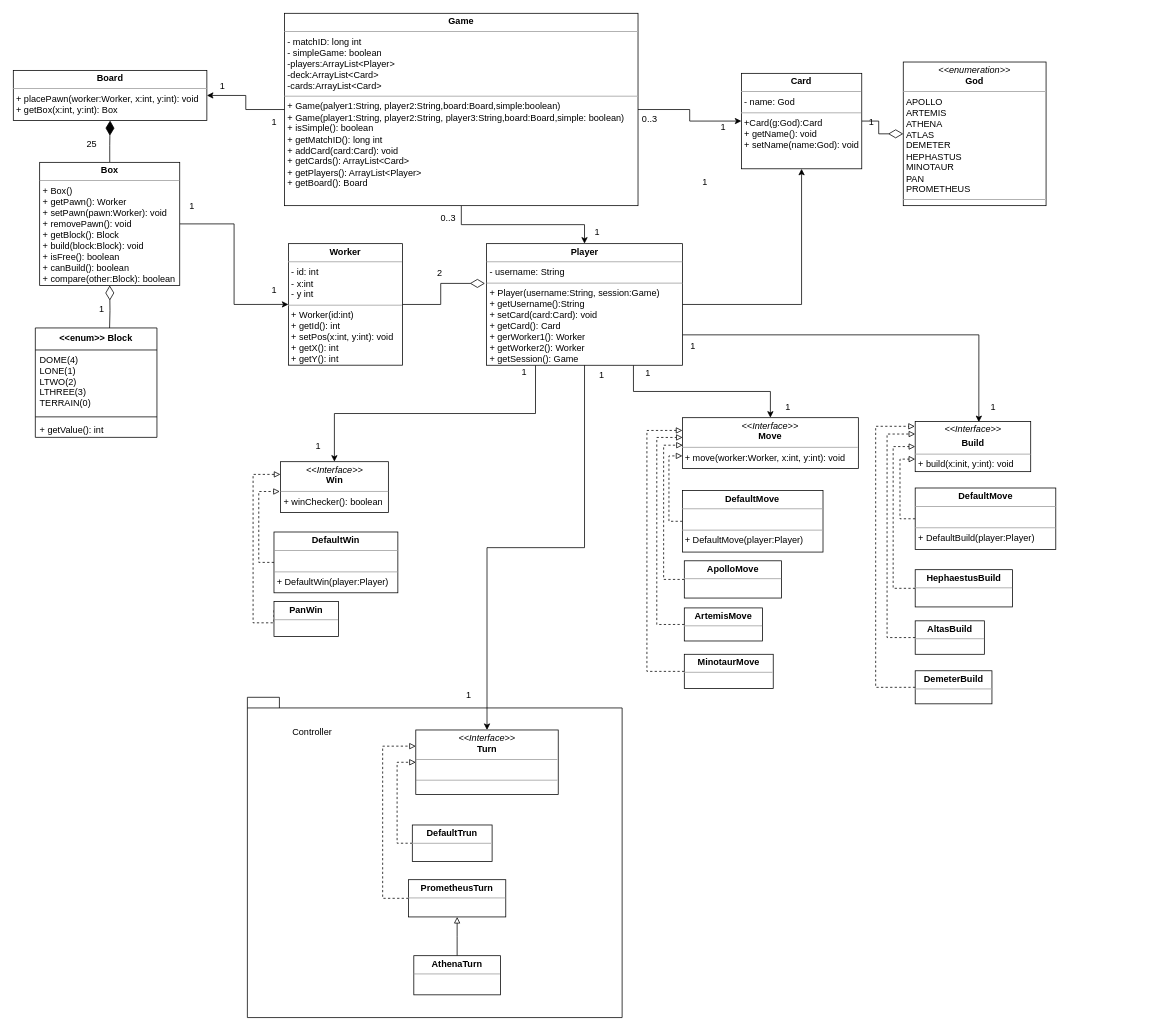
Before: UML/Model.drawio in peppetort/POLIMI_SE_19-20_santorini, a draw.io diagram. Source tidied: cells renumbered, new cells numbered last; positions are measured from the earlier drawing's top-left corner, leaving out a move shared by most shapes. Both pictures are drawn from the tidied source at 76%, with x=0, y=0 at pixel (13, 13).
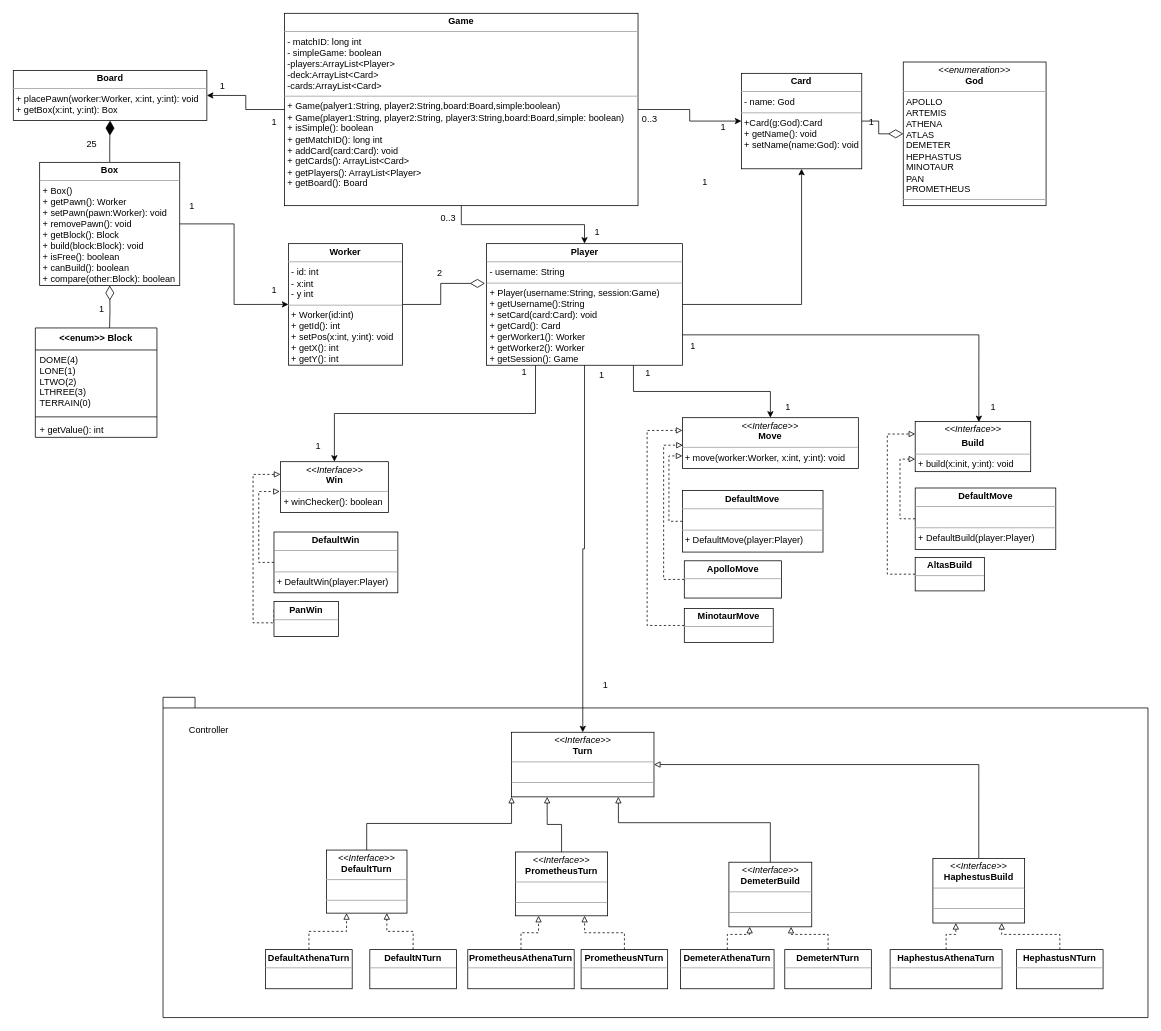
Above is the later version.

Commit message (it also covers changes not shown here):
Modificato UML, corretti alcuni errori

Unchanged cells that the change refers to:
```xml
<mxCell id="11" value="&lt;p style=&quot;margin: 0px ; margin-top: 4px ; text-align: center&quot;&gt;&lt;i&gt;&amp;lt;&amp;lt;Interface&amp;gt;&amp;gt;&lt;/i&gt;&lt;br&gt;&lt;b&gt;Move&lt;/b&gt;&lt;/p&gt;&lt;hr size=&quot;1&quot;&gt;&lt;p style=&quot;margin: 0px ; margin-left: 4px&quot;&gt;+ move(worker:Worker, x:int, y:int): void&lt;/p&gt;" style="verticalAlign=top;align=left;overflow=fill;fontSize=12;fontFamily=Helvetica;html=1;" parent="1" vertex="1">
  <mxGeometry x="880.4" y="532.1" width="231.5" height="67" as="geometry" />
</mxCell>
<mxCell id="13" value="&lt;p style=&quot;margin: 0px ; margin-top: 4px ; text-align: center&quot;&gt;&lt;i&gt;&amp;lt;&amp;lt;Interface&amp;gt;&amp;gt;&lt;/i&gt;&lt;/p&gt;&lt;p style=&quot;margin: 0px ; margin-top: 4px ; text-align: center&quot;&gt;&lt;b&gt;Build&lt;/b&gt;&lt;/p&gt;&lt;hr size=&quot;1&quot;&gt;&lt;p style=&quot;margin: 0px ; margin-left: 4px&quot;&gt;+ build(x:init, y:int): void&lt;/p&gt;" style="verticalAlign=top;align=left;overflow=fill;fontSize=12;fontFamily=Helvetica;html=1;" parent="1" vertex="1">
  <mxGeometry x="1186.7" y="537.1" width="152" height="66" as="geometry" />
</mxCell>
```

Change to the diagram source:
```diff
@@
-    <mxCell id="16" style="edgeStyle=orthogonalEdgeStyle;rounded=0;jumpSize=6;jettySize=auto;html=1;entryX=0;entryY=0.5;entryDx=0;entryDy=0;dashed=1;startArrow=none;startFill=0;endArrow=block;endFill=0;endSize=6;targetPerimeterSpacing=0;exitX=0;exitY=0.5;exitDx=0;exitDy=0;" parent="1" edge="1" source="17" target="13">
-      <mxGeometry relative="1" as="geometry">
-        <Array as="points">
-          <mxPoint x="1157.7" y="757.1" />
-          <mxPoint x="1157.7" y="570.1" />
-        </Array>
-      </mxGeometry>
-    </mxCell>
-    <mxCell id="17" value="&lt;p style=&quot;margin: 0px ; margin-top: 4px ; text-align: center&quot;&gt;&lt;b&gt;HephaestusBuild&lt;/b&gt;&lt;/p&gt;&lt;hr size=&quot;1&quot;&gt;&lt;p style=&quot;margin: 0px ; margin-left: 4px&quot;&gt;&lt;/p&gt;&lt;p style=&quot;margin: 0px ; margin-left: 4px&quot;&gt;&lt;br&gt;&lt;/p&gt;" style="verticalAlign=top;align=left;overflow=fill;fontSize=12;fontFamily=Helvetica;html=1;" parent="1" vertex="1">
-      <mxGeometry x="1186.7" y="732.1" width="128" height="49" as="geometry" />
-    </mxCell>
     <mxCell id="18" style="edgeStyle=orthogonalEdgeStyle;rounded=0;jumpSize=6;jettySize=auto;html=1;entryX=0;entryY=0.25;entryDx=0;entryDy=0;dashed=1;startArrow=none;startFill=0;endArrow=block;endFill=0;endSize=6;targetPerimeterSpacing=0;exitX=0;exitY=0.5;exitDx=0;exitDy=0;" parent="1" edge="1" source="19" target="13">
       <mxGeometry relative="1" as="geometry">
         <Array as="points">
-          <mxPoint x="1149.7" y="821.1" />
-          <mxPoint x="1149.7" y="554.1" />
+          <mxPoint x="1150" y="738" />
+          <mxPoint x="1150" y="554" />
         </Array>
       </mxGeometry>
     </mxCell>
     <mxCell id="19" value="&lt;p style=&quot;margin: 0px ; margin-top: 4px ; text-align: center&quot;&gt;&lt;b&gt;AltasBuild&lt;/b&gt;&lt;/p&gt;&lt;hr size=&quot;1&quot;&gt;&lt;p style=&quot;margin: 0px ; margin-left: 4px&quot;&gt;&lt;/p&gt;&lt;p style=&quot;margin: 0px ; margin-left: 4px&quot;&gt;&lt;br&gt;&lt;/p&gt;" style="verticalAlign=top;align=left;overflow=fill;fontSize=12;fontFamily=Helvetica;html=1;" parent="1" vertex="1">
-      <mxGeometry x="1186.7" y="799.4" width="91" height="44" as="geometry" />
+      <mxGeometry x="1186.7" y="716" width="91" height="44" as="geometry" />
     </mxCell>
-    <mxCell id="20" style="edgeStyle=orthogonalEdgeStyle;rounded=0;jumpSize=6;jettySize=auto;html=1;entryX=-0.003;entryY=0.096;entryDx=0;entryDy=0;dashed=1;startArrow=none;startFill=0;endArrow=block;endFill=0;endSize=6;targetPerimeterSpacing=0;exitX=0;exitY=0.5;exitDx=0;exitDy=0;entryPerimeter=0;" parent="1" edge="1" source="21" target="13">
-      <mxGeometry relative="1" as="geometry">
-        <Array as="points">
-          <mxPoint x="1134.7" y="887.1" />
-          <mxPoint x="1134.7" y="543.1" />
-          <mxPoint x="1185.7" y="543.1" />
-        </Array>
-      </mxGeometry>
-    </mxCell>
-    <mxCell id="21" value="&lt;p style=&quot;margin: 0px ; margin-top: 4px ; text-align: center&quot;&gt;&lt;b&gt;DemeterBuild&lt;/b&gt;&lt;/p&gt;&lt;hr size=&quot;1&quot;&gt;&lt;p style=&quot;margin: 0px ; margin-left: 4px&quot;&gt;&lt;/p&gt;&lt;p style=&quot;margin: 0px ; margin-left: 4px&quot;&gt;&lt;br&gt;&lt;/p&gt;" style="verticalAlign=top;align=left;overflow=fill;fontSize=12;fontFamily=Helvetica;html=1;" parent="1" vertex="1">
-      <mxGeometry x="1186.7" y="865.1" width="101" height="43.5" as="geometry" />
-    </mxCell>
@@
-    <mxCell id="24" style="edgeStyle=orthogonalEdgeStyle;rounded=0;jumpSize=6;jettySize=auto;html=1;dashed=1;startArrow=none;startFill=0;endArrow=block;endFill=0;endSize=6;targetPerimeterSpacing=0;exitX=0;exitY=0.5;exitDx=0;exitDy=0;" parent="1" edge="1" source="25">
-      <mxGeometry relative="1" as="geometry">
-        <mxPoint x="880.7" y="558.1" as="targetPoint" />
-        <Array as="points">
-          <mxPoint x="846.7" y="804.1" />
-          <mxPoint x="846.7" y="558.1" />
-          <mxPoint x="880.7" y="558.1" />
-        </Array>
-      </mxGeometry>
-    </mxCell>
-    <mxCell id="25" value="&lt;p style=&quot;margin: 0px ; margin-top: 4px ; text-align: center&quot;&gt;&lt;b&gt;ArtemisMove&lt;/b&gt;&lt;/p&gt;&lt;hr size=&quot;1&quot;&gt;&lt;p style=&quot;margin: 0px ; margin-left: 4px&quot;&gt;&lt;/p&gt;&lt;p style=&quot;margin: 0px ; margin-left: 4px&quot;&gt;&lt;br&gt;&lt;/p&gt;" style="verticalAlign=top;align=left;overflow=fill;fontSize=12;fontFamily=Helvetica;html=1;" parent="1" vertex="1">
-      <mxGeometry x="882.9" y="782.4" width="103" height="43.5" as="geometry" />
-    </mxCell>
     <mxCell id="26" style="edgeStyle=orthogonalEdgeStyle;rounded=0;jumpSize=6;jettySize=auto;html=1;entryX=0;entryY=0.25;entryDx=0;entryDy=0;dashed=1;startArrow=none;startFill=0;endArrow=block;endFill=0;endSize=6;targetPerimeterSpacing=0;exitX=0;exitY=0.5;exitDx=0;exitDy=0;" parent="1" edge="1" source="27" target="11">
       <mxGeometry relative="1" as="geometry">
         <Array as="points">
-          <mxPoint x="833.7" y="866.1" />
-          <mxPoint x="833.7" y="549.1" />
+          <mxPoint x="834" y="806" />
+          <mxPoint x="834" y="549" />
         </Array>
       </mxGeometry>
     </mxCell>
     <mxCell id="27" value="&lt;p style=&quot;margin: 0px ; margin-top: 4px ; text-align: center&quot;&gt;&lt;b&gt;MinotaurMove&lt;/b&gt;&lt;/p&gt;&lt;hr size=&quot;1&quot;&gt;&lt;p style=&quot;margin: 0px ; margin-left: 4px&quot;&gt;&lt;/p&gt;&lt;p style=&quot;margin: 0px ; margin-left: 4px&quot;&gt;&lt;br&gt;&lt;/p&gt;" style="verticalAlign=top;align=left;overflow=fill;fontSize=12;fontFamily=Helvetica;html=1;" parent="1" vertex="1">
-      <mxGeometry x="882.9" y="843.4" width="117" height="45" as="geometry" />
+      <mxGeometry x="882.9" y="783" width="117" height="45" as="geometry" />
     </mxCell>
@@
     <mxCell id="69" value="&lt;p style=&quot;margin: 0px ; margin-top: 4px ; text-align: center&quot;&gt;&lt;i&gt;&amp;lt;&amp;lt;Interface&amp;gt;&amp;gt;&lt;/i&gt;&lt;br&gt;&lt;b&gt;Turn&lt;/b&gt;&lt;/p&gt;&lt;hr size=&quot;1&quot;&gt;&lt;p style=&quot;margin: 0px ; margin-left: 4px&quot;&gt;&lt;br&gt;&lt;/p&gt;&lt;hr size=&quot;1&quot;&gt;&lt;p style=&quot;margin: 0px ; margin-left: 4px&quot;&gt;&amp;nbsp;&lt;br&gt;&lt;br&gt;&lt;/p&gt;" style="verticalAlign=top;align=left;overflow=fill;fontSize=12;fontFamily=Helvetica;html=1;" parent="1" vertex="1">
-      <mxGeometry x="529.6" y="943" width="187.4" height="85" as="geometry" />
+      <mxGeometry x="655.6" y="946" width="187.4" height="85" as="geometry" />
     </mxCell>
-    <mxCell id="70" style="edgeStyle=orthogonalEdgeStyle;rounded=0;jettySize=auto;html=1;entryX=0;entryY=0.5;entryDx=0;entryDy=0;startArrow=none;startFill=0;exitX=0;exitY=0.5;exitDx=0;exitDy=0;dashed=1;endArrow=block;endFill=0;" parent="1" edge="1" source="71" target="69">
-      <mxGeometry relative="1" as="geometry" />
-    </mxCell>
-    <mxCell id="71" value="&lt;p style=&quot;margin: 0px ; margin-top: 4px ; text-align: center&quot;&gt;&lt;b&gt;DefaultTrun&lt;/b&gt;&lt;/p&gt;&lt;hr size=&quot;1&quot;&gt;&lt;p style=&quot;margin: 0px ; margin-left: 4px&quot;&gt;&lt;/p&gt;&lt;p style=&quot;margin: 0px ; margin-left: 4px&quot;&gt;&lt;br&gt;&lt;/p&gt;" style="verticalAlign=top;align=left;overflow=fill;fontSize=12;fontFamily=Helvetica;html=1;" parent="1" vertex="1">
-      <mxGeometry x="525" y="1068" width="105" height="48" as="geometry" />
-    </mxCell>
-    <mxCell id="72" style="edgeStyle=orthogonalEdgeStyle;rounded=0;jettySize=auto;html=1;entryX=0;entryY=0.25;entryDx=0;entryDy=0;dashed=1;startArrow=none;startFill=0;endArrow=block;endFill=0;exitX=0;exitY=0.5;exitDx=0;exitDy=0;" parent="1" edge="1" source="73" target="69">
-      <mxGeometry relative="1" as="geometry">
-        <Array as="points">
-          <mxPoint x="486" y="1165" />
-          <mxPoint x="486" y="964" />
-        </Array>
-      </mxGeometry>
-    </mxCell>
-    <mxCell id="73" value="&lt;p style=&quot;margin: 0px ; margin-top: 4px ; text-align: center&quot;&gt;&lt;b&gt;PrometheusTurn&lt;/b&gt;&lt;/p&gt;&lt;hr size=&quot;1&quot;&gt;&lt;p style=&quot;margin: 0px ; margin-left: 4px&quot;&gt;&lt;/p&gt;&lt;p style=&quot;margin: 0px ; margin-left: 4px&quot;&gt;&lt;br&gt;&lt;/p&gt;" style="verticalAlign=top;align=left;overflow=fill;fontSize=12;fontFamily=Helvetica;html=1;" parent="1" vertex="1">
-      <mxGeometry x="520" y="1140" width="128" height="49" as="geometry" />
-    </mxCell>
-    <mxCell id="74" style="edgeStyle=orthogonalEdgeStyle;rounded=0;jettySize=auto;html=1;entryX=0.5;entryY=1;entryDx=0;entryDy=0;startArrow=none;startFill=0;endArrow=block;endFill=0;" parent="1" edge="1" source="75" target="73">
-      <mxGeometry relative="1" as="geometry" />
-    </mxCell>
+    <mxCell id="80" style="edgeStyle=orthogonalEdgeStyle;rounded=0;jettySize=auto;html=1;entryX=0.25;entryY=1;entryDx=0;entryDy=0;endArrow=block;endFill=0;dashed=1;" parent="1" edge="1" source="75" target="82">
+      <mxGeometry relative="1" as="geometry" />
+    </mxCell>
-    <mxCell id="75" value="&lt;p style=&quot;margin: 0px ; margin-top: 4px ; text-align: center&quot;&gt;&lt;b&gt;AthenaTurn&lt;/b&gt;&lt;/p&gt;&lt;hr size=&quot;1&quot;&gt;&lt;p style=&quot;margin: 0px ; margin-left: 4px&quot;&gt;&lt;/p&gt;&lt;p style=&quot;margin: 0px ; margin-left: 4px&quot;&gt;&lt;br&gt;&lt;/p&gt;" style="verticalAlign=top;align=left;overflow=fill;fontSize=12;fontFamily=Helvetica;html=1;" parent="1" vertex="1">
-      <mxGeometry x="527" y="1240" width="113.9" height="51.5" as="geometry" />
+    <mxCell id="75" value="&lt;p style=&quot;margin: 0px ; margin-top: 4px ; text-align: center&quot;&gt;&lt;b&gt;DefaultAthenaTurn&lt;/b&gt;&lt;/p&gt;&lt;hr size=&quot;1&quot;&gt;&lt;p style=&quot;margin: 0px ; margin-left: 4px&quot;&gt;&lt;/p&gt;&lt;p style=&quot;margin: 0px ; margin-left: 4px&quot;&gt;&lt;br&gt;&lt;/p&gt;" style="verticalAlign=top;align=left;overflow=fill;fontSize=12;fontFamily=Helvetica;html=1;" parent="1" vertex="1">
+      <mxGeometry x="332" y="1232" width="113.9" height="51.5" as="geometry" />
     </mxCell>
     <mxCell id="76" style="shape=folder;fontStyle=1;spacingTop=10;tabWidth=40;tabHeight=14;tabPosition=left;html=1;gradientColor=#ffffff;fillColor=none;" parent="1" vertex="1">
-      <mxGeometry x="308" y="900" width="493.1" height="421.4" as="geometry" />
+      <mxGeometry x="197" y="900" width="1296" height="421.4" as="geometry" />
     </mxCell>
     <mxCell id="77" value="Controller" style="text;html=1;align=center;verticalAlign=middle;" parent="1" vertex="1">
-      <mxGeometry x="362" y="937" width="62" height="18" as="geometry" />
+      <mxGeometry x="226" y="934" width="62" height="18" as="geometry" />
     </mxCell>
@@
     <mxCell id="79" value="1" style="text;html=1;align=center;verticalAlign=middle;" parent="1" vertex="1">
-      <mxGeometry x="590" y="888" width="17" height="18" as="geometry" />
+      <mxGeometry x="770" y="875" width="17" height="18" as="geometry" />
     </mxCell>
+    <mxCell id="81" style="edgeStyle=orthogonalEdgeStyle;rounded=0;jettySize=auto;html=1;entryX=0;entryY=1;entryDx=0;entryDy=0;endArrow=block;endFill=0;exitX=0.5;exitY=0;exitDx=0;exitDy=0;" parent="1" edge="1" source="82" target="69">
+      <mxGeometry relative="1" as="geometry" />
+    </mxCell>
+    <mxCell id="82" value="&lt;p style=&quot;margin: 0px ; margin-top: 4px ; text-align: center&quot;&gt;&lt;i&gt;&amp;lt;&amp;lt;Interface&amp;gt;&amp;gt;&lt;/i&gt;&lt;br&gt;&lt;b&gt;DefaultTurn&lt;/b&gt;&lt;/p&gt;&lt;hr size=&quot;1&quot;&gt;&lt;p style=&quot;margin: 0px ; margin-left: 4px&quot;&gt;&lt;br&gt;&lt;/p&gt;&lt;hr size=&quot;1&quot;&gt;&lt;p style=&quot;margin: 0px ; margin-left: 4px&quot;&gt;&amp;nbsp;&lt;br&gt;&lt;br&gt;&lt;/p&gt;" style="verticalAlign=top;align=left;overflow=fill;fontSize=12;fontFamily=Helvetica;html=1;" parent="1" vertex="1">
+      <mxGeometry x="412" y="1101" width="106" height="83" as="geometry" />
+    </mxCell>
+    <mxCell id="83" style="edgeStyle=orthogonalEdgeStyle;rounded=0;jettySize=auto;html=1;entryX=0.25;entryY=1;entryDx=0;entryDy=0;endArrow=block;endFill=0;" parent="1" edge="1" source="84" target="69">
+      <mxGeometry relative="1" as="geometry" />
+    </mxCell>
+    <mxCell id="84" value="&lt;p style=&quot;margin: 0px ; margin-top: 4px ; text-align: center&quot;&gt;&lt;i&gt;&amp;lt;&amp;lt;Interface&amp;gt;&amp;gt;&lt;/i&gt;&lt;br&gt;&lt;b&gt;PrometheusTurn&lt;/b&gt;&lt;/p&gt;&lt;hr size=&quot;1&quot;&gt;&lt;p style=&quot;margin: 0px ; margin-left: 4px&quot;&gt;&lt;br&gt;&lt;/p&gt;&lt;hr size=&quot;1&quot;&gt;&lt;p style=&quot;margin: 0px ; margin-left: 4px&quot;&gt;&amp;nbsp;&lt;br&gt;&lt;br&gt;&lt;/p&gt;" style="verticalAlign=top;align=left;overflow=fill;fontSize=12;fontFamily=Helvetica;html=1;" parent="1" vertex="1">
+      <mxGeometry x="660.8" y="1103.5" width="121.2" height="84" as="geometry" />
+    </mxCell>
+    <mxCell id="85" style="edgeStyle=orthogonalEdgeStyle;rounded=0;jettySize=auto;html=1;endArrow=block;endFill=0;exitX=0.5;exitY=0;exitDx=0;exitDy=0;entryX=0.75;entryY=1;entryDx=0;entryDy=0;" parent="1" edge="1" source="86" target="69">
+      <mxGeometry relative="1" as="geometry">
+        <Array as="points">
+          <mxPoint x="996" y="1065" />
+          <mxPoint x="796" y="1065" />
+        </Array>
+      </mxGeometry>
+    </mxCell>
+    <mxCell id="86" value="&lt;p style=&quot;margin: 0px ; margin-top: 4px ; text-align: center&quot;&gt;&lt;i&gt;&amp;lt;&amp;lt;Interface&amp;gt;&amp;gt;&lt;/i&gt;&lt;br&gt;&lt;b&gt;DemeterBuild&lt;/b&gt;&lt;/p&gt;&lt;hr size=&quot;1&quot;&gt;&lt;p style=&quot;margin: 0px ; margin-left: 4px&quot;&gt;&lt;br&gt;&lt;/p&gt;&lt;hr size=&quot;1&quot;&gt;&lt;p style=&quot;margin: 0px ; margin-left: 4px&quot;&gt;&amp;nbsp;&lt;br&gt;&lt;br&gt;&lt;/p&gt;" style="verticalAlign=top;align=left;overflow=fill;fontSize=12;fontFamily=Helvetica;html=1;" parent="1" vertex="1">
+      <mxGeometry x="941.6" y="1117" width="109" height="85" as="geometry" />
+    </mxCell>
+    <mxCell id="87" style="edgeStyle=orthogonalEdgeStyle;rounded=0;jettySize=auto;html=1;entryX=1;entryY=0.5;entryDx=0;entryDy=0;endArrow=block;endFill=0;exitX=0.5;exitY=0;exitDx=0;exitDy=0;" parent="1" edge="1" source="88" target="69">
+      <mxGeometry relative="1" as="geometry" />
+    </mxCell>
+    <mxCell id="88" value="&lt;p style=&quot;margin: 0px ; margin-top: 4px ; text-align: center&quot;&gt;&lt;i&gt;&amp;lt;&amp;lt;Interface&amp;gt;&amp;gt;&lt;/i&gt;&lt;br&gt;&lt;b&gt;HaphestusBuild&lt;/b&gt;&lt;/p&gt;&lt;hr size=&quot;1&quot;&gt;&lt;p style=&quot;margin: 0px ; margin-left: 4px&quot;&gt;&lt;br&gt;&lt;/p&gt;&lt;hr size=&quot;1&quot;&gt;&lt;p style=&quot;margin: 0px ; margin-left: 4px&quot;&gt;&amp;nbsp;&lt;br&gt;&lt;br&gt;&lt;/p&gt;" style="verticalAlign=top;align=left;overflow=fill;fontSize=12;fontFamily=Helvetica;html=1;" parent="1" vertex="1">
+      <mxGeometry x="1210" y="1112" width="120.7" height="85" as="geometry" />
+    </mxCell>
+    <mxCell id="89" style="edgeStyle=orthogonalEdgeStyle;rounded=0;jettySize=auto;html=1;entryX=0.75;entryY=1;entryDx=0;entryDy=0;dashed=1;endArrow=block;endFill=0;" parent="1" edge="1" source="90" target="82">
+      <mxGeometry relative="1" as="geometry" />
+    </mxCell>
+    <mxCell id="90" value="&lt;p style=&quot;margin: 0px ; margin-top: 4px ; text-align: center&quot;&gt;&lt;b&gt;DefaultNTurn&lt;/b&gt;&lt;/p&gt;&lt;hr size=&quot;1&quot;&gt;&lt;p style=&quot;margin: 0px ; margin-left: 4px&quot;&gt;&lt;/p&gt;&lt;p style=&quot;margin: 0px ; margin-left: 4px&quot;&gt;&lt;br&gt;&lt;/p&gt;" style="verticalAlign=top;align=left;overflow=fill;fontSize=12;fontFamily=Helvetica;html=1;" parent="1" vertex="1">
+      <mxGeometry x="469.1" y="1232" width="113.9" height="51.5" as="geometry" />
+    </mxCell>
+    <mxCell id="91" style="edgeStyle=orthogonalEdgeStyle;rounded=0;jettySize=auto;html=1;entryX=0.25;entryY=1;entryDx=0;entryDy=0;dashed=1;endArrow=block;endFill=0;" parent="1" edge="1" source="92" target="84">
+      <mxGeometry relative="1" as="geometry" />
+    </mxCell>
+    <mxCell id="92" value="&lt;p style=&quot;margin: 0px ; margin-top: 4px ; text-align: center&quot;&gt;&lt;b&gt;PrometheusAthenaTurn&lt;/b&gt;&lt;/p&gt;&lt;hr size=&quot;1&quot;&gt;&lt;p style=&quot;margin: 0px ; margin-left: 4px&quot;&gt;&lt;/p&gt;&lt;p style=&quot;margin: 0px ; margin-left: 4px&quot;&gt;&lt;br&gt;&lt;/p&gt;" style="verticalAlign=top;align=left;overflow=fill;fontSize=12;fontFamily=Helvetica;html=1;" parent="1" vertex="1">
+      <mxGeometry x="598" y="1232" width="140" height="51.5" as="geometry" />
+    </mxCell>
+    <mxCell id="93" style="edgeStyle=orthogonalEdgeStyle;rounded=0;jettySize=auto;html=1;entryX=0.75;entryY=1;entryDx=0;entryDy=0;dashed=1;endArrow=block;endFill=0;" parent="1" edge="1" source="94" target="84">
+      <mxGeometry relative="1" as="geometry" />
+    </mxCell>
+    <mxCell id="94" value="&lt;p style=&quot;margin: 0px ; margin-top: 4px ; text-align: center&quot;&gt;&lt;b&gt;PrometheusNTurn&lt;/b&gt;&lt;/p&gt;&lt;hr size=&quot;1&quot;&gt;&lt;p style=&quot;margin: 0px ; margin-left: 4px&quot;&gt;&lt;/p&gt;&lt;p style=&quot;margin: 0px ; margin-left: 4px&quot;&gt;&lt;br&gt;&lt;/p&gt;" style="verticalAlign=top;align=left;overflow=fill;fontSize=12;fontFamily=Helvetica;html=1;" parent="1" vertex="1">
+      <mxGeometry x="747.1" y="1232" width="113.9" height="51.5" as="geometry" />
+    </mxCell>
+    <mxCell id="95" style="edgeStyle=orthogonalEdgeStyle;rounded=0;jettySize=auto;html=1;entryX=0.25;entryY=1;entryDx=0;entryDy=0;dashed=1;endArrow=block;endFill=0;" parent="1" edge="1" source="96" target="86">
+      <mxGeometry relative="1" as="geometry" />
+    </mxCell>
+    <mxCell id="96" value="&lt;p style=&quot;margin: 0px ; margin-top: 4px ; text-align: center&quot;&gt;&lt;b&gt;DemeterAthenaTurn&lt;/b&gt;&lt;/p&gt;&lt;hr size=&quot;1&quot;&gt;&lt;p style=&quot;margin: 0px ; margin-left: 4px&quot;&gt;&lt;/p&gt;&lt;p style=&quot;margin: 0px ; margin-left: 4px&quot;&gt;&lt;br&gt;&lt;/p&gt;" style="verticalAlign=top;align=left;overflow=fill;fontSize=12;fontFamily=Helvetica;html=1;" parent="1" vertex="1">
+      <mxGeometry x="878" y="1232" width="123" height="51.5" as="geometry" />
+    </mxCell>
+    <mxCell id="97" style="edgeStyle=orthogonalEdgeStyle;rounded=0;jettySize=auto;html=1;entryX=0.75;entryY=1;entryDx=0;entryDy=0;dashed=1;endArrow=block;endFill=0;" parent="1" edge="1" source="98" target="86">
+      <mxGeometry relative="1" as="geometry" />
+    </mxCell>
+    <mxCell id="98" value="&lt;p style=&quot;margin: 0px ; margin-top: 4px ; text-align: center&quot;&gt;&lt;b&gt;DemeterNTurn&lt;/b&gt;&lt;/p&gt;&lt;hr size=&quot;1&quot;&gt;&lt;p style=&quot;margin: 0px ; margin-left: 4px&quot;&gt;&lt;/p&gt;&lt;p style=&quot;margin: 0px ; margin-left: 4px&quot;&gt;&lt;br&gt;&lt;/p&gt;" style="verticalAlign=top;align=left;overflow=fill;fontSize=12;fontFamily=Helvetica;html=1;" parent="1" vertex="1">
+      <mxGeometry x="1015.1" y="1232" width="113.9" height="51.5" as="geometry" />
+    </mxCell>
+    <mxCell id="99" style="edgeStyle=orthogonalEdgeStyle;rounded=0;jettySize=auto;html=1;entryX=0.25;entryY=1;entryDx=0;entryDy=0;dashed=1;endArrow=block;endFill=0;" parent="1" edge="1" source="100" target="88">
+      <mxGeometry relative="1" as="geometry" />
+    </mxCell>
+    <mxCell id="100" value="&lt;p style=&quot;margin: 0px ; margin-top: 4px ; text-align: center&quot;&gt;&lt;b&gt;HaphestusAthenaTurn&lt;/b&gt;&lt;/p&gt;&lt;hr size=&quot;1&quot;&gt;&lt;p style=&quot;margin: 0px ; margin-left: 4px&quot;&gt;&lt;/p&gt;&lt;p style=&quot;margin: 0px ; margin-left: 4px&quot;&gt;&lt;br&gt;&lt;/p&gt;" style="verticalAlign=top;align=left;overflow=fill;fontSize=12;fontFamily=Helvetica;html=1;" parent="1" vertex="1">
+      <mxGeometry x="1153.7" y="1232" width="147.3" height="51.5" as="geometry" />
+    </mxCell>
+    <mxCell id="101" style="edgeStyle=orthogonalEdgeStyle;rounded=0;jettySize=auto;html=1;entryX=0.75;entryY=1;entryDx=0;entryDy=0;dashed=1;endArrow=block;endFill=0;" parent="1" edge="1" source="102" target="88">
+      <mxGeometry relative="1" as="geometry" />
+    </mxCell>
+    <mxCell id="102" value="&lt;p style=&quot;margin: 0px ; margin-top: 4px ; text-align: center&quot;&gt;&lt;b&gt;HephastusNTurn&lt;/b&gt;&lt;/p&gt;&lt;hr size=&quot;1&quot;&gt;&lt;p style=&quot;margin: 0px ; margin-left: 4px&quot;&gt;&lt;/p&gt;&lt;p style=&quot;margin: 0px ; margin-left: 4px&quot;&gt;&lt;br&gt;&lt;/p&gt;" style="verticalAlign=top;align=left;overflow=fill;fontSize=12;fontFamily=Helvetica;html=1;" parent="1" vertex="1">
+      <mxGeometry x="1320" y="1232" width="113.9" height="51.5" as="geometry" />
+    </mxCell>
```
